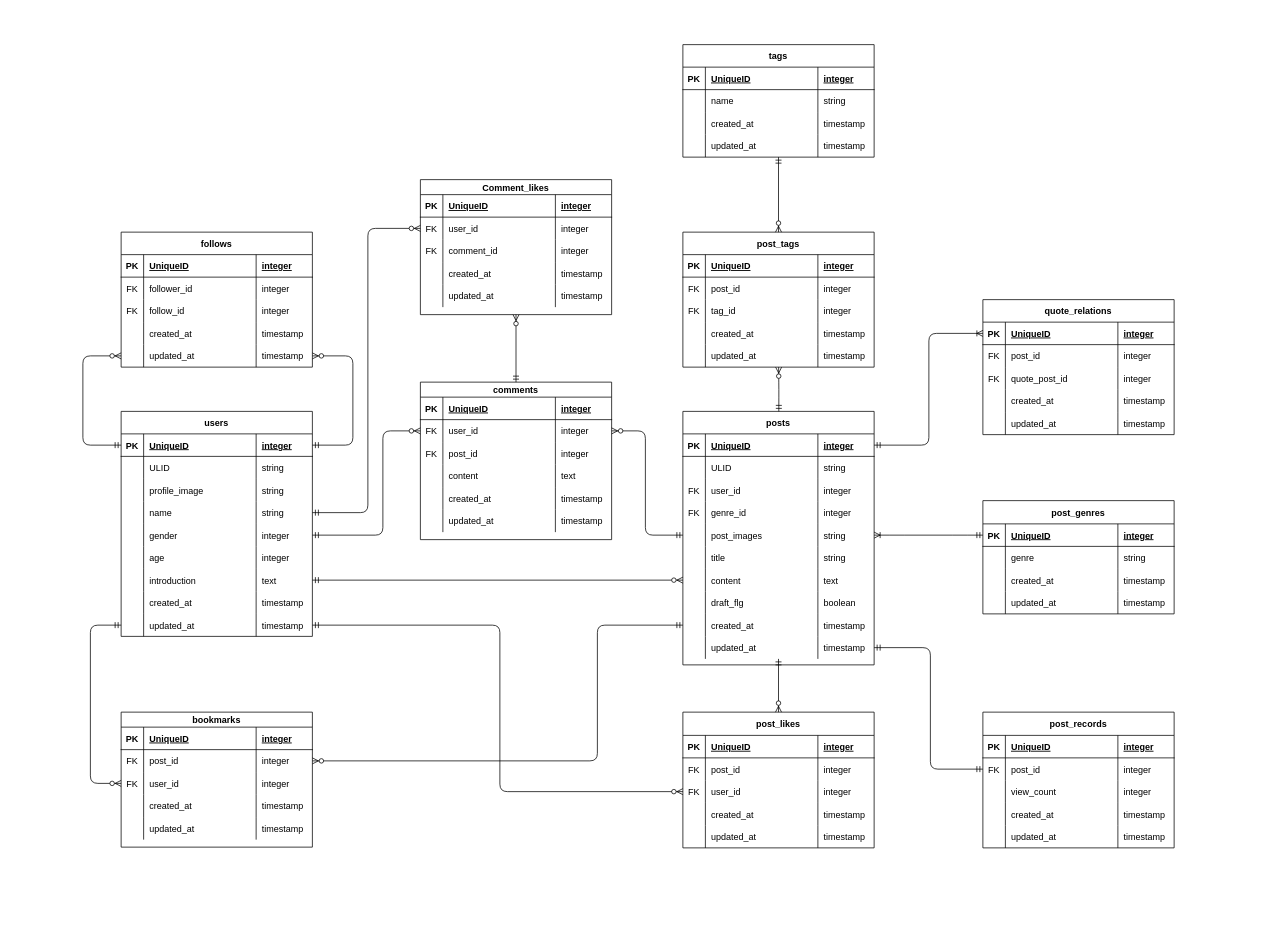
Hanakus0/ideas_collection keeps this draw.io diagram as works/er_figure.drawio. Above is the earlier version. Source tidied: cells renumbered, new cells numbered last; positions are measured from the earlier drawing's top-left corner, leaving out a move shared by most shapes. Both pictures are drawn from the tidied source at 75%, with x=0, y=0 at pixel (12, 12).
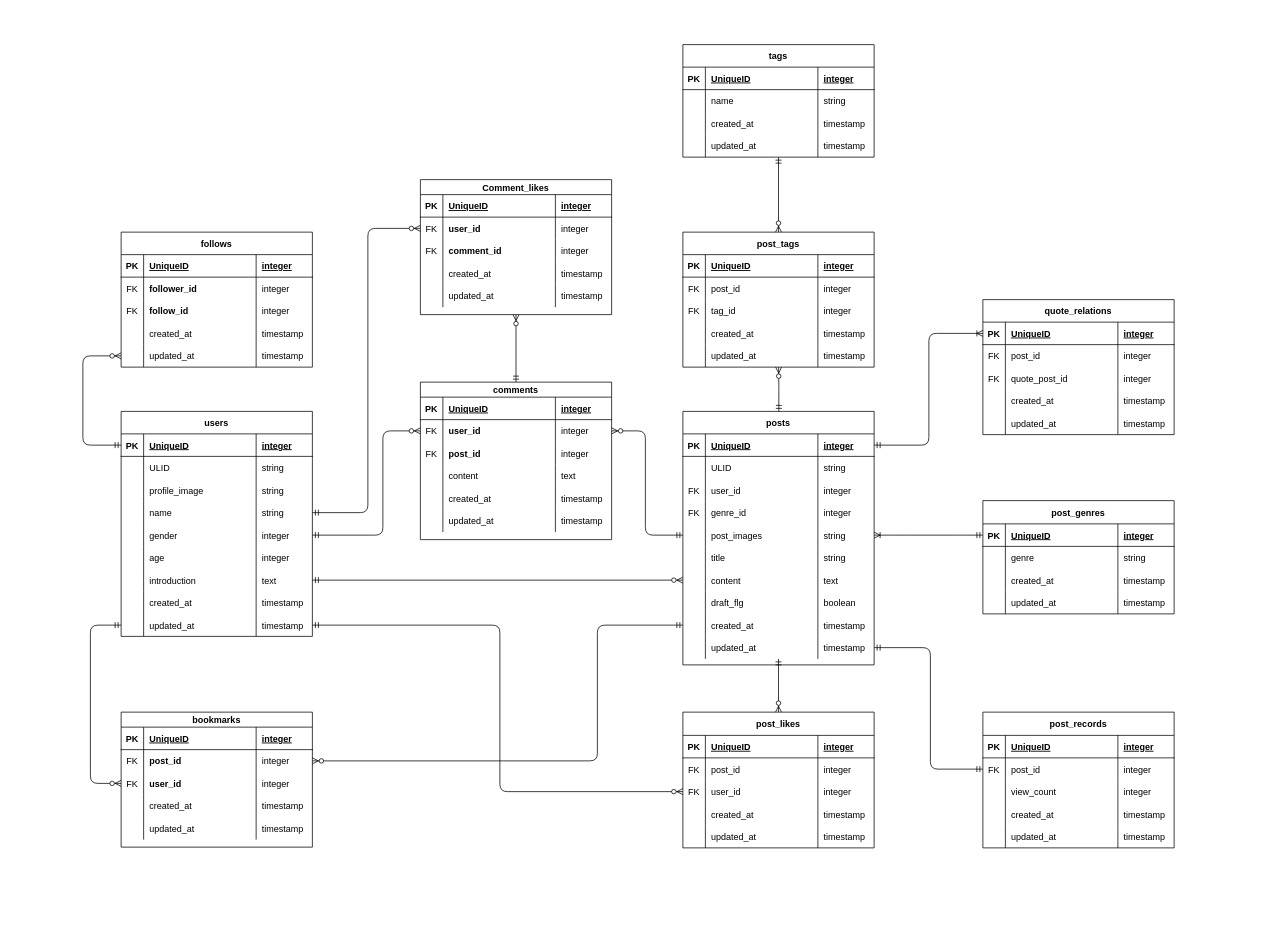
The same diagram, later.

The change refers to these unchanged cells:
```xml
<mxCell id="3" style="shape=tableRow;horizontal=0;startSize=0;swimlaneHead=0;swimlaneBody=0;fillColor=none;points=[[0,0.5],[1,0.5]];portConstraint=eastwest;top=0;left=0;right=0;bottom=1;" parent="2" vertex="1">
  <mxGeometry y="30" width="255" height="30" as="geometry" />
</mxCell>
<mxCell id="106" style="shape=tableRow;horizontal=0;startSize=0;swimlaneHead=0;swimlaneBody=0;fillColor=none;points=[[0,0.5],[1,0.5]];portConstraint=eastwest;top=0;left=0;right=0;bottom=0;" parent="101" vertex="1">
  <mxGeometry y="50" width="255" height="30" as="geometry" />
</mxCell>
<mxCell id="110" style="shape=tableRow;horizontal=0;startSize=0;swimlaneHead=0;swimlaneBody=0;fillColor=none;points=[[0,0.5],[1,0.5]];portConstraint=eastwest;top=0;left=0;right=0;bottom=0;" parent="101" vertex="1">
  <mxGeometry y="80" width="255" height="30" as="geometry" />
</mxCell>
<mxCell id="193" style="shape=tableRow;horizontal=0;startSize=0;swimlaneHead=0;swimlaneBody=0;fillColor=none;top=0;left=0;right=0;bottom=0;" parent="188" vertex="1">
  <mxGeometry y="60" width="255" height="30" as="geometry" />
</mxCell>
<mxCell id="197" style="shape=tableRow;horizontal=0;startSize=0;swimlaneHead=0;swimlaneBody=0;fillColor=none;top=0;left=0;right=0;bottom=0;" parent="188" vertex="1">
  <mxGeometry y="90" width="255" height="30" as="geometry" />
</mxCell>
<mxCell id="205" style="shape=tableRow;horizontal=0;startSize=0;swimlaneHead=0;swimlaneBody=0;fillColor=none;points=[[0,0.5],[1,0.5]];portConstraint=eastwest;top=0;left=0;right=0;bottom=0;" parent="188" vertex="1">
  <mxGeometry y="150" width="255" height="30" as="geometry" />
</mxCell>
<mxCell id="257" style="shape=tableRow;horizontal=0;startSize=0;swimlaneHead=0;swimlaneBody=0;fillColor=none;points=[[0,0.5],[1,0.5]];portConstraint=eastwest;top=0;left=0;right=0;bottom=0;" parent="252" vertex="1">
  <mxGeometry y="50" width="255" height="30" as="geometry" />
</mxCell>
<mxCell id="261" style="shape=tableRow;horizontal=0;startSize=0;swimlaneHead=0;swimlaneBody=0;fillColor=none;top=0;left=0;right=0;bottom=0;" parent="252" vertex="1">
  <mxGeometry y="80" width="255" height="30" as="geometry" />
</mxCell>
<mxCell id="284" style="shape=tableRow;horizontal=0;startSize=0;swimlaneHead=0;swimlaneBody=0;fillColor=none;points=[[0,0.5],[1,0.5]];portConstraint=eastwest;top=0;left=0;right=0;bottom=0;" parent="279" vertex="1">
  <mxGeometry y="50" width="255" height="30" as="geometry" />
</mxCell>
<mxCell id="288" style="shape=tableRow;horizontal=0;startSize=0;swimlaneHead=0;swimlaneBody=0;fillColor=none;top=0;left=0;right=0;bottom=0;" parent="279" vertex="1">
  <mxGeometry y="80" width="255" height="30" as="geometry" />
</mxCell>
```

The edit, as a diff of the source:
```diff
@@
-    <mxCell id="108" value="post_id" style="shape=partialRectangle;fillColor=none;top=0;left=0;bottom=0;right=0;align=left;spacingLeft=6;overflow=hidden;" parent="106" vertex="1">
+    <mxCell id="108" value="post_id" style="shape=partialRectangle;fillColor=none;top=0;left=0;bottom=0;right=0;align=left;spacingLeft=6;overflow=hidden;fontStyle=1;" parent="106" vertex="1">
       <mxGeometry x="30" width="150" height="30" as="geometry" />
     </mxCell>
@@
-    <mxCell id="112" value="user_id" style="shape=partialRectangle;fillColor=none;top=0;left=0;bottom=0;right=0;align=left;spacingLeft=6;overflow=hidden;" parent="110" vertex="1">
+    <mxCell id="112" value="user_id" style="shape=partialRectangle;fillColor=none;top=0;left=0;bottom=0;right=0;align=left;spacingLeft=6;overflow=hidden;fontStyle=1;" parent="110" vertex="1">
       <mxGeometry x="30" width="150" height="30" as="geometry" />
     </mxCell>
@@
-    <mxCell id="195" value="follower_id" style="shape=partialRectangle;fillColor=none;top=0;left=0;bottom=0;right=0;align=left;spacingLeft=6;overflow=hidden;" parent="193" vertex="1">
+    <mxCell id="195" value="follower_id" style="shape=partialRectangle;fillColor=none;top=0;left=0;bottom=0;right=0;align=left;spacingLeft=6;overflow=hidden;fontStyle=1;" parent="193" vertex="1">
       <mxGeometry x="30" width="150" height="30" as="geometry" />
     </mxCell>
@@
-    <mxCell id="199" value="follow_id" style="shape=partialRectangle;fillColor=none;top=0;left=0;bottom=0;right=0;align=left;spacingLeft=6;overflow=hidden;" parent="197" vertex="1">
+    <mxCell id="199" value="follow_id" style="shape=partialRectangle;fillColor=none;top=0;left=0;bottom=0;right=0;align=left;spacingLeft=6;overflow=hidden;fontStyle=1;" parent="197" vertex="1">
       <mxGeometry x="30" width="150" height="30" as="geometry" />
     </mxCell>
@@
-    <mxCell id="210" style="fontSize=12;html=1;endArrow=ERzeroToMany;startArrow=ERmandOne;exitX=1;exitY=0.5;exitDx=0;exitDy=0;entryX=1;entryY=0.5;entryDx=0;entryDy=0;edgeStyle=elbowEdgeStyle;" parent="1" edge="1" source="3" target="205">
-      <mxGeometry relative="1" as="geometry">
-        <Array as="points">
-          <mxPoint x="454" y="523" />
-          <mxPoint x="694" y="518" />
-        </Array>
-      </mxGeometry>
-    </mxCell>
@@
-    <mxCell id="259" value="user_id" style="shape=partialRectangle;fillColor=none;top=0;left=0;bottom=0;right=0;align=left;spacingLeft=6;overflow=hidden;" parent="257" vertex="1">
+    <mxCell id="259" value="user_id" style="shape=partialRectangle;fillColor=none;top=0;left=0;bottom=0;right=0;align=left;spacingLeft=6;overflow=hidden;fontStyle=1;" parent="257" vertex="1">
       <mxGeometry x="30" width="150" height="30" as="geometry" />
     </mxCell>
@@
-    <mxCell id="263" value="post_id" style="shape=partialRectangle;fillColor=none;top=0;left=0;bottom=0;right=0;align=left;spacingLeft=6;overflow=hidden;" parent="261" vertex="1">
+    <mxCell id="263" value="post_id" style="shape=partialRectangle;fillColor=none;top=0;left=0;bottom=0;right=0;align=left;spacingLeft=6;overflow=hidden;fontStyle=1;" parent="261" vertex="1">
       <mxGeometry x="30" width="150" height="30" as="geometry" />
     </mxCell>
@@
-    <mxCell id="286" value="user_id" style="shape=partialRectangle;fillColor=none;top=0;left=0;bottom=0;right=0;align=left;spacingLeft=6;overflow=hidden;" parent="284" vertex="1">
+    <mxCell id="286" value="user_id" style="shape=partialRectangle;fillColor=none;top=0;left=0;bottom=0;right=0;align=left;spacingLeft=6;overflow=hidden;fontStyle=1;" parent="284" vertex="1">
       <mxGeometry x="30" width="150" height="30" as="geometry" />
     </mxCell>
@@
-    <mxCell id="290" value="comment_id" style="shape=partialRectangle;fillColor=none;top=0;left=0;bottom=0;right=0;align=left;spacingLeft=6;overflow=hidden;" parent="288" vertex="1">
+    <mxCell id="290" value="comment_id" style="shape=partialRectangle;fillColor=none;top=0;left=0;bottom=0;right=0;align=left;spacingLeft=6;overflow=hidden;fontStyle=1;" parent="288" vertex="1">
       <mxGeometry x="30" width="150" height="30" as="geometry" />
     </mxCell>
```
